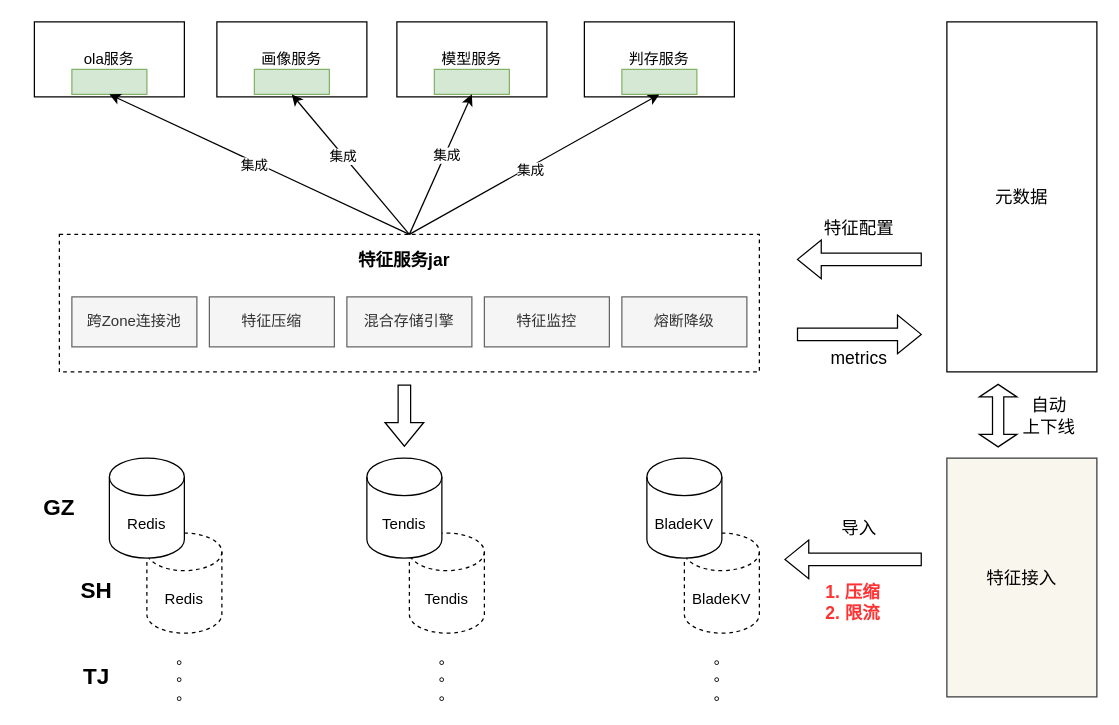
learn2Pro/draw_io_save keeps this draw.io diagram as f_serving_high_level.drawio. Above is the earlier version. Source tidied: cells renumbered, new cells numbered last; positions are measured from the earlier drawing's top-left corner, leaving out a move shared by most shapes. Both pictures are drawn from the tidied source at 125%, with x=0, y=0 at pixel (21, 21).
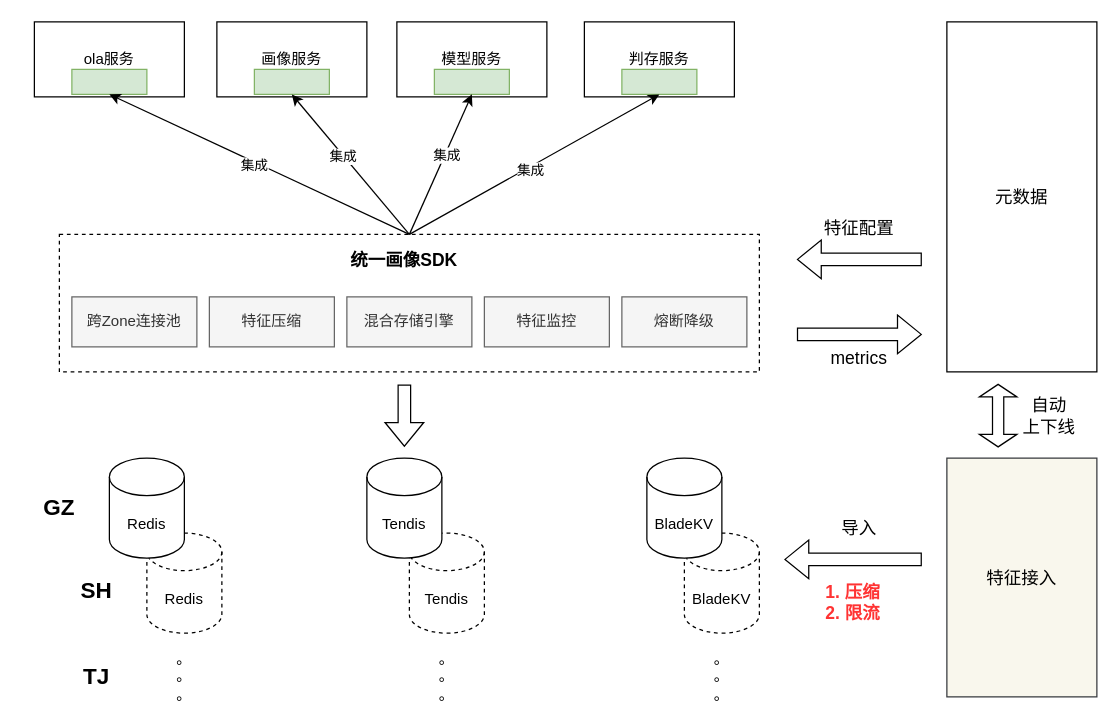
The same page after the edit.

Change to the diagram source:
```diff
@@
-    <mxCell id="31" value="&lt;b&gt;&lt;font style=&quot;font-size: 14px&quot;&gt;特征服务jar&lt;/font&gt;&lt;/b&gt;" style="text;html=1;strokeColor=none;fillColor=none;align=center;verticalAlign=middle;whiteSpace=wrap;rounded=0;dashed=1;fontSize=18;" parent="1" vertex="1">
+    <mxCell id="31" value="&lt;span style=&quot;font-size: 14px&quot;&gt;&lt;b&gt;统一画像SDK&lt;/b&gt;&lt;/span&gt;" style="text;html=1;strokeColor=none;fillColor=none;align=center;verticalAlign=middle;whiteSpace=wrap;rounded=0;dashed=1;fontSize=18;" parent="1" vertex="1">
       <mxGeometry x="131" y="170" width="350" height="40" as="geometry" />
     </mxCell>
```
